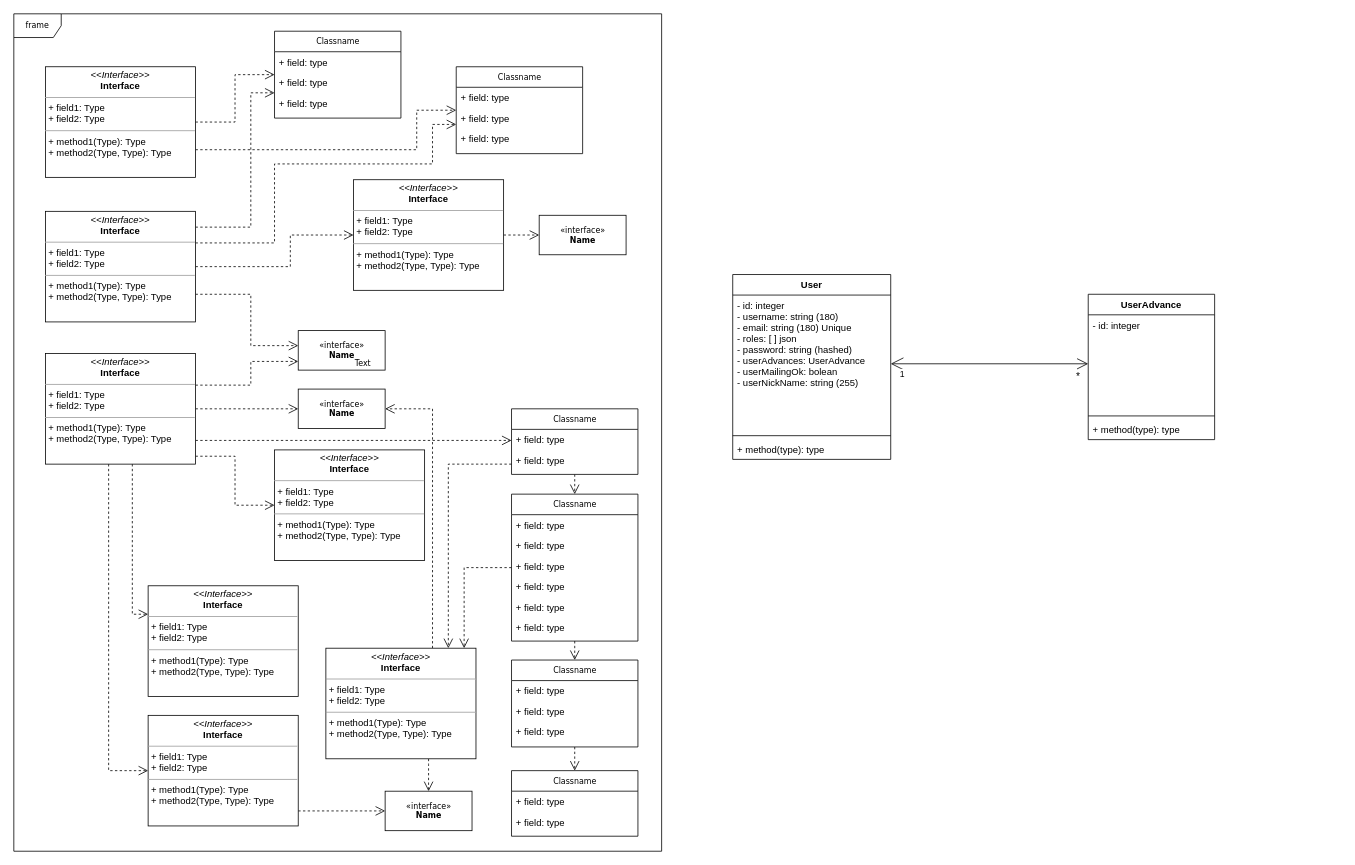
The draw.io diagram entites.drawio in dlaxcess/citygmaUML, before the edit. Source tidied: cells renumbered, new cells numbered last; positions are measured from the earlier drawing's top-left corner, leaving out a move shared by most shapes. Both pictures are drawn from the tidied source at 79%, with x=0, y=0 at pixel (13, 13).
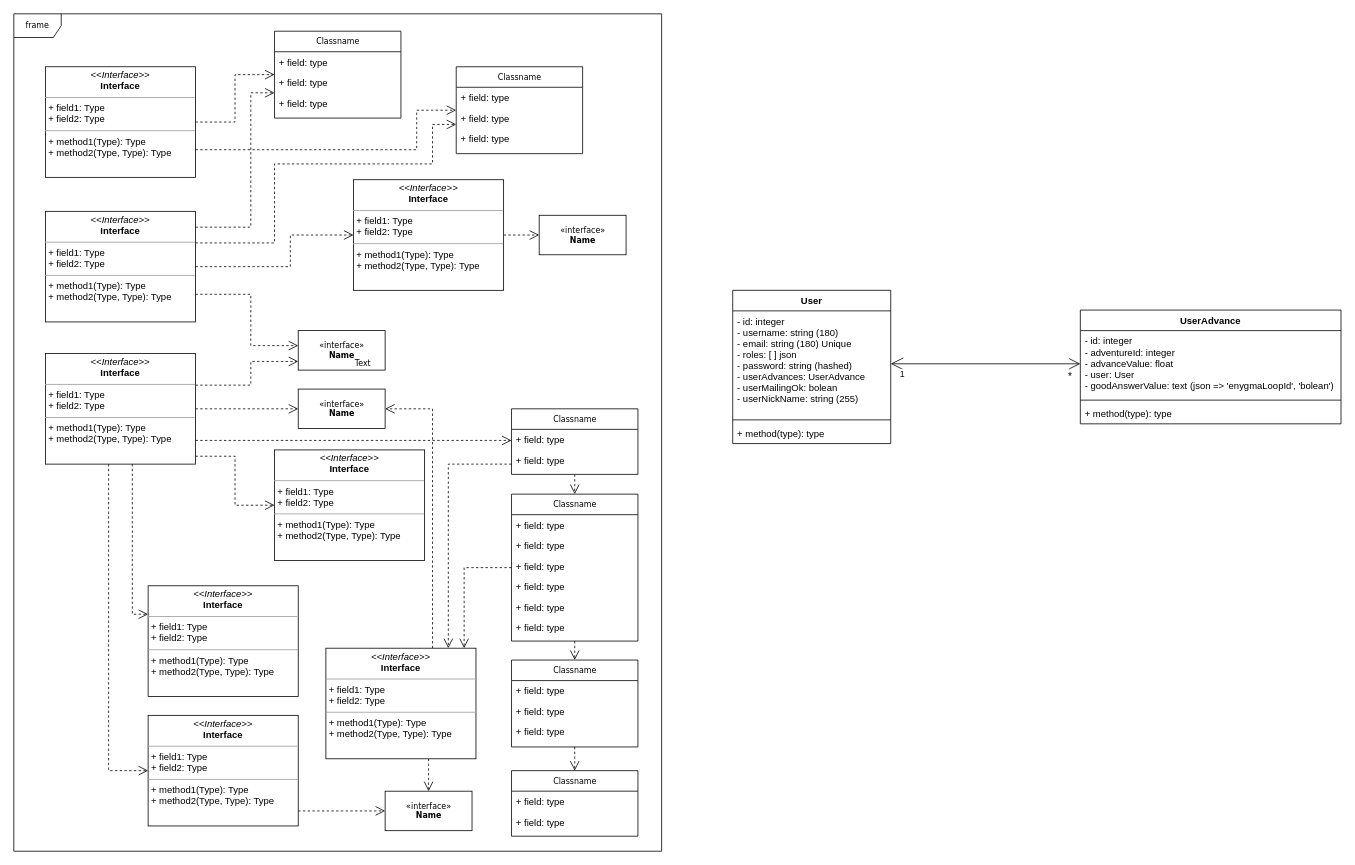
The same diagram, later.

What changed in the source:
```diff
@@
     <mxCell id="62" value="User" style="swimlane;fontStyle=1;align=center;verticalAlign=top;horizontal=1;startSize=26;" parent="1" vertex="1">
-      <mxGeometry x="910" y="330" width="200" height="234" as="geometry" />
+      <mxGeometry x="910" y="350" width="200" height="194" as="geometry" />
     </mxCell>
     <mxCell id="63" value="- id: integer&#10;- username: string (180)&#10;- email: string (180) Unique&#10;- roles: [ ] json&#10;- password: string (hashed)&#10;- userAdvances: UserAdvance&#10;- userMailingOk: bolean&#10;- userNickName: string (255)" style="text;strokeColor=none;fillColor=none;align=left;verticalAlign=top;spacingLeft=4;spacingRight=4;overflow=hidden;points=[[0,0.5],[1,0.5]];portConstraint=eastwest;" parent="62" vertex="1">
-      <mxGeometry y="26" width="200" height="174" as="geometry" />
+      <mxGeometry y="26" width="200" height="134" as="geometry" />
     </mxCell>
     <mxCell id="64" style="line;strokeWidth=1;fillColor=none;align=left;verticalAlign=middle;spacingTop=-1;spacingLeft=3;spacingRight=3;labelPosition=right;" parent="62" vertex="1">
-      <mxGeometry y="200" width="200" height="8" as="geometry" />
+      <mxGeometry y="160" width="200" height="8" as="geometry" />
     </mxCell>
     <mxCell id="65" value="+ method(type): type" style="text;strokeColor=none;fillColor=none;align=left;verticalAlign=top;spacingLeft=4;spacingRight=4;overflow=hidden;" parent="62" vertex="1">
-      <mxGeometry y="208" width="200" height="26" as="geometry" />
+      <mxGeometry y="168" width="200" height="26" as="geometry" />
     </mxCell>
     <mxCell id="66" value="UserAdvance" style="swimlane;fontStyle=1;align=center;verticalAlign=top;horizontal=1;startSize=26;" parent="1" vertex="1">
-      <mxGeometry x="1360" y="355" width="160" height="184" as="geometry" />
+      <mxGeometry x="1350" y="375" width="330" height="144" as="geometry" />
     </mxCell>
-    <mxCell id="67" value="- id: integer" style="text;strokeColor=none;fillColor=none;align=left;verticalAlign=top;spacingLeft=4;spacingRight=4;overflow=hidden;points=[[0,0.5],[1,0.5]];portConstraint=eastwest;" parent="66" vertex="1">
-      <mxGeometry y="26" width="160" height="124" as="geometry" />
+    <mxCell id="67" value="- id: integer&#10;- adventureId: integer&#10;- advanceValue: float&#10;- user: User&#10;- goodAnswerValue: text (json =&gt; 'enygmaLoopId', 'bolean') " style="text;strokeColor=none;fillColor=none;align=left;verticalAlign=top;spacingLeft=4;spacingRight=4;overflow=hidden;points=[[0,0.5],[1,0.5]];portConstraint=eastwest;" parent="66" vertex="1">
+      <mxGeometry y="26" width="330" height="84" as="geometry" />
     </mxCell>
     <mxCell id="68" style="line;strokeWidth=1;fillColor=none;align=left;verticalAlign=middle;spacingTop=-1;spacingLeft=3;spacingRight=3;labelPosition=right;" parent="66" vertex="1">
-      <mxGeometry y="150" width="160" height="8" as="geometry" />
+      <mxGeometry y="110" width="330" height="8" as="geometry" />
     </mxCell>
     <mxCell id="69" value="+ method(type): type" style="text;strokeColor=none;fillColor=none;align=left;verticalAlign=top;spacingLeft=4;spacingRight=4;overflow=hidden;" parent="66" vertex="1">
-      <mxGeometry y="158" width="160" height="26" as="geometry" />
+      <mxGeometry y="118" width="330" height="26" as="geometry" />
     </mxCell>
```
